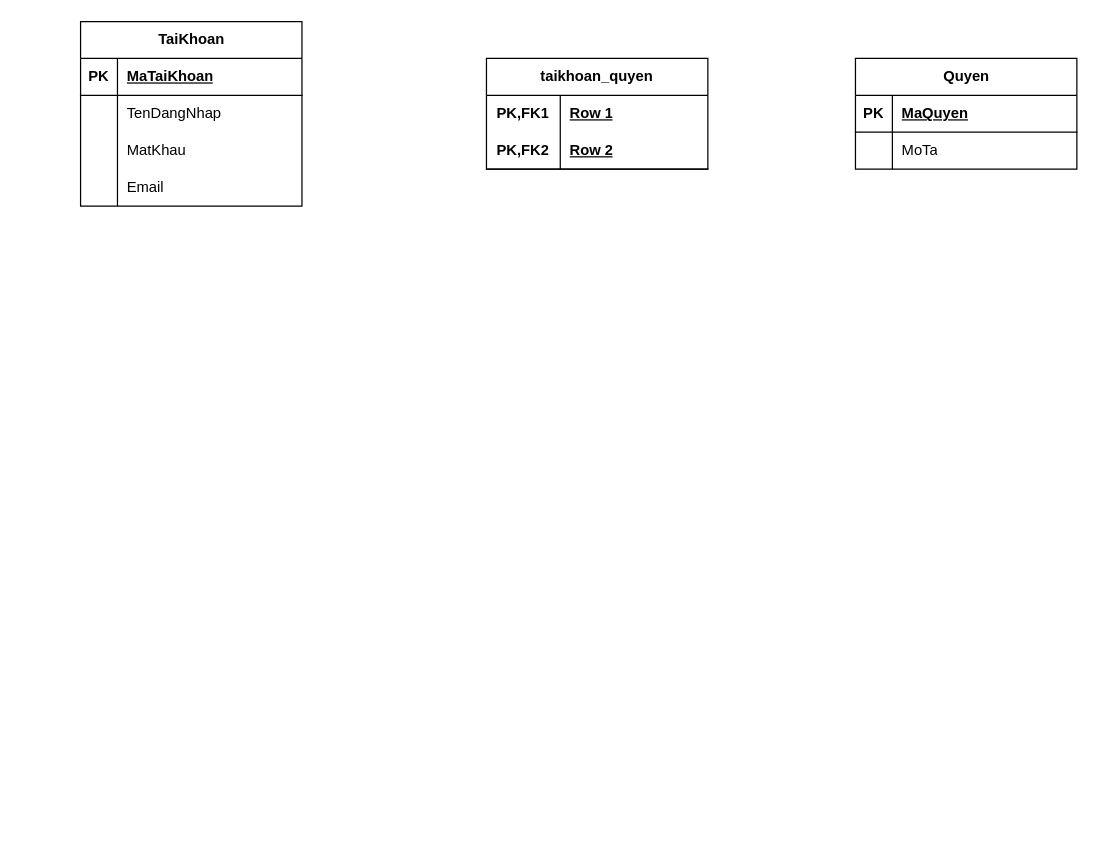
This is eLearningDatabse.drawio from trantrung28122003/database, a draw.io file, before an edit. Source tidied: cells renumbered, new cells numbered last; positions are measured from the earlier drawing's top-left corner, leaving out a move shared by most shapes. Both pictures are drawn from the tidied source at 123%, with x=0, y=0 at pixel (80, 21).
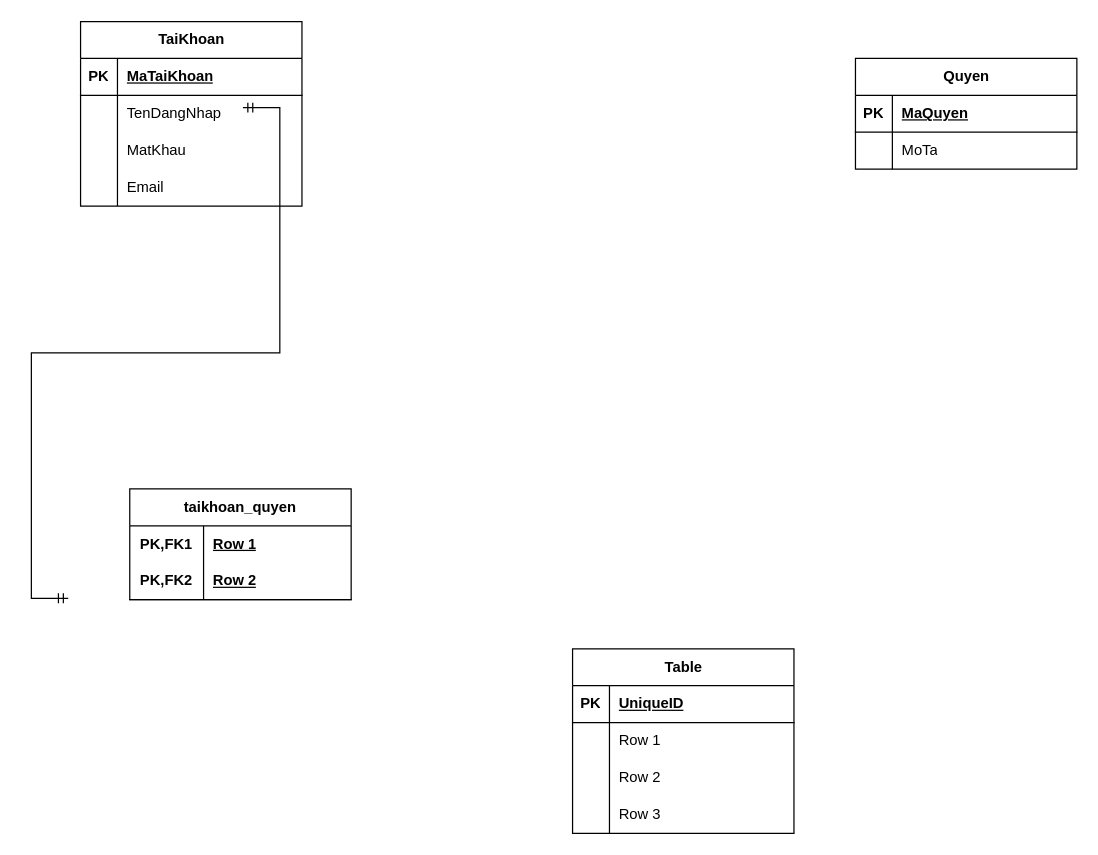
Above is the later version.

Diff of the diagram source:
```diff
@@
     <mxCell id="22" value="taikhoan_quyen" style="shape=table;startSize=30;childLayout=tableLayout;rowLines=0;fontStyle=1;align=center;html=1;whiteSpace=wrap;" parent="1" vertex="1">
-      <mxGeometry x="330" y="30" width="180" height="90" as="geometry" />
+      <mxGeometry x="40" y="380" width="180" height="90" as="geometry" />
     </mxCell>
@@
+    <mxCell id="29" style="edgeStyle=entityRelationEdgeStyle;fontSize=12;html=1;endArrow=ERmandOne;startArrow=ERmandOne;rounded=0;entryX=-0.011;entryY=0.129;entryDx=0;entryDy=0;entryPerimeter=0;exitX=1;exitY=0.5;exitDx=0;exitDy=0;" parent="1" edge="1">
+      <mxGeometry relative="1" as="geometry">
+        <mxPoint x="132" y="70" as="sourcePoint" />
+        <mxPoint x="-10" y="468.9" as="targetPoint" />
+        <Array as="points">
+          <mxPoint x="202" y="295" />
+          <mxPoint x="80" y="170" />
+          <mxPoint x="60" y="220" />
+          <mxPoint x="242" y="25" />
+          <mxPoint x="252" y="145" />
+          <mxPoint x="222" y="225" />
+        </Array>
+      </mxGeometry>
+    </mxCell>
+    <mxCell id="30" value="Table" style="shape=table;startSize=30;childLayout=tableLayout;rowLines=0;fontStyle=1;align=center;html=1;" parent="1" vertex="1">
+      <mxGeometry x="400" y="510" width="180" height="150" as="geometry" />
+    </mxCell>
+    <mxCell id="31" style="shape=tableRow;horizontal=0;startSize=0;swimlaneHead=0;swimlaneBody=0;fillColor=none;top=0;left=0;right=0;bottom=1;" parent="30" vertex="1">
+      <mxGeometry y="30" width="180" height="30" as="geometry" />
+    </mxCell>
+    <mxCell id="32" value="PK" style="shape=partialRectangle;fillColor=none;top=0;left=0;bottom=0;right=0;fontStyle=1;overflow=hidden;whiteSpace=wrap;html=1;" parent="31" vertex="1">
+      <mxGeometry width="30" height="30" as="geometry" />
+    </mxCell>
+    <mxCell id="33" value="UniqueID" style="shape=partialRectangle;fillColor=none;top=0;left=0;bottom=0;right=0;align=left;spacingLeft=6;fontStyle=5;overflow=hidden;whiteSpace=wrap;html=1;" parent="31" vertex="1">
+      <mxGeometry x="30" width="150" height="30" as="geometry" />
+    </mxCell>
+    <mxCell id="34" style="shape=tableRow;horizontal=0;startSize=0;swimlaneHead=0;swimlaneBody=0;fillColor=none;top=0;left=0;right=0;bottom=0;" parent="30" vertex="1">
+      <mxGeometry y="60" width="180" height="30" as="geometry" />
+    </mxCell>
+    <mxCell id="35" style="shape=partialRectangle;fillColor=none;top=0;left=0;bottom=0;right=0;overflow=hidden;whiteSpace=wrap;html=1;" parent="34" vertex="1">
+      <mxGeometry width="30" height="30" as="geometry" />
+    </mxCell>
+    <mxCell id="36" value="Row 1" style="shape=partialRectangle;fillColor=none;top=0;left=0;bottom=0;right=0;align=left;spacingLeft=6;overflow=hidden;whiteSpace=wrap;html=1;" parent="34" vertex="1">
+      <mxGeometry x="30" width="150" height="30" as="geometry" />
+    </mxCell>
+    <mxCell id="37" style="shape=tableRow;horizontal=0;startSize=0;swimlaneHead=0;swimlaneBody=0;fillColor=none;top=0;left=0;right=0;bottom=0;" parent="30" vertex="1">
+      <mxGeometry y="90" width="180" height="30" as="geometry" />
+    </mxCell>
+    <mxCell id="38" style="shape=partialRectangle;fillColor=none;top=0;left=0;bottom=0;right=0;overflow=hidden;whiteSpace=wrap;html=1;" parent="37" vertex="1">
+      <mxGeometry width="30" height="30" as="geometry" />
+    </mxCell>
+    <mxCell id="39" value="Row 2" style="shape=partialRectangle;fillColor=none;top=0;left=0;bottom=0;right=0;align=left;spacingLeft=6;overflow=hidden;whiteSpace=wrap;html=1;" parent="37" vertex="1">
+      <mxGeometry x="30" width="150" height="30" as="geometry" />
+    </mxCell>
+    <mxCell id="40" style="shape=tableRow;horizontal=0;startSize=0;swimlaneHead=0;swimlaneBody=0;fillColor=none;top=0;left=0;right=0;bottom=0;" parent="30" vertex="1">
+      <mxGeometry y="120" width="180" height="30" as="geometry" />
+    </mxCell>
+    <mxCell id="41" style="shape=partialRectangle;fillColor=none;top=0;left=0;bottom=0;right=0;overflow=hidden;whiteSpace=wrap;html=1;" parent="40" vertex="1">
+      <mxGeometry width="30" height="30" as="geometry" />
+    </mxCell>
+    <mxCell id="42" value="Row 3" style="shape=partialRectangle;fillColor=none;top=0;left=0;bottom=0;right=0;align=left;spacingLeft=6;overflow=hidden;whiteSpace=wrap;html=1;" parent="40" vertex="1">
+      <mxGeometry x="30" width="150" height="30" as="geometry" />
+    </mxCell>
```
